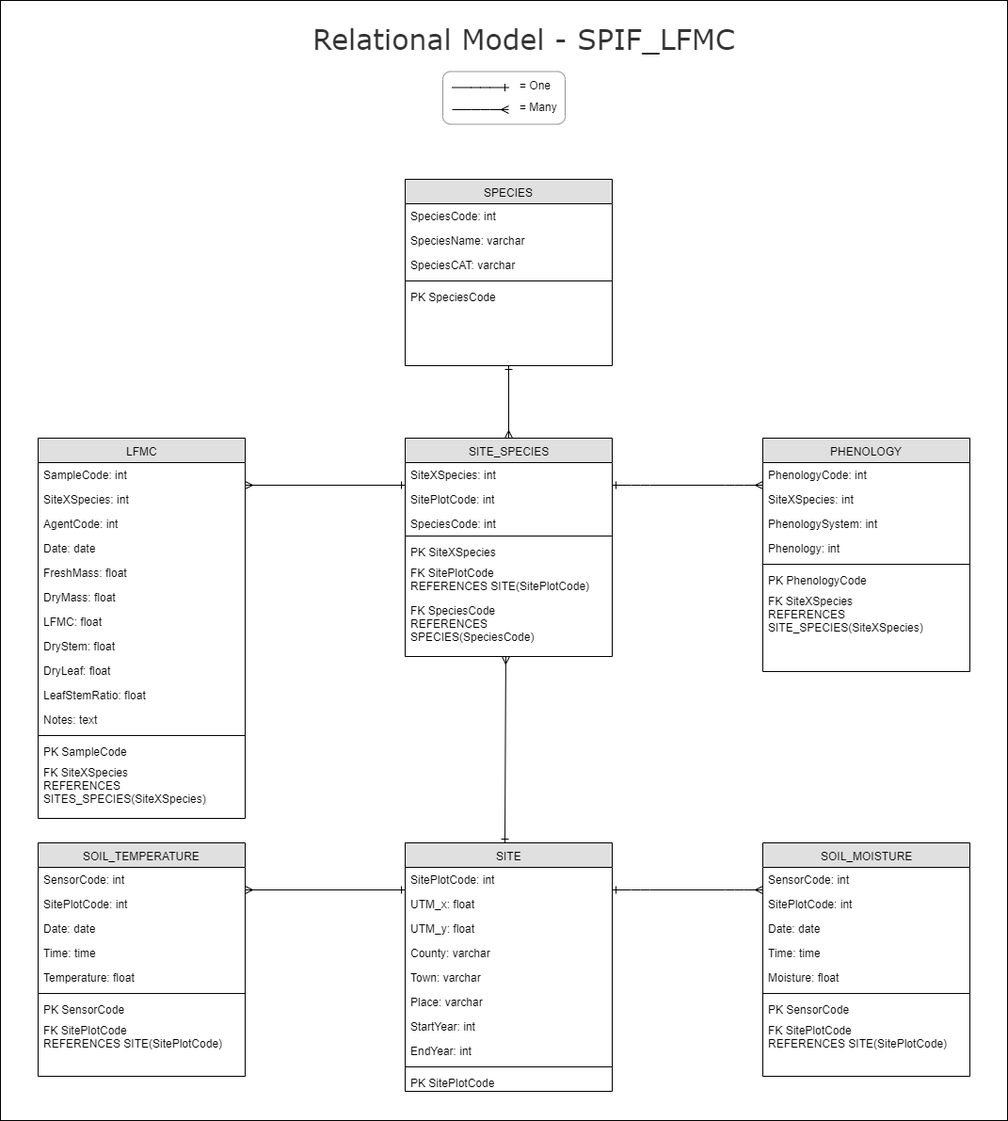
The draw.io diagram vignettes/SPIF_LogicalSchema.png in spif-ctfc/LFMC, before a commit. Source tidied: cells renumbered, new cells last; positions are measured from the earlier drawing's top-left corner, leaving out a move shared by most shapes.
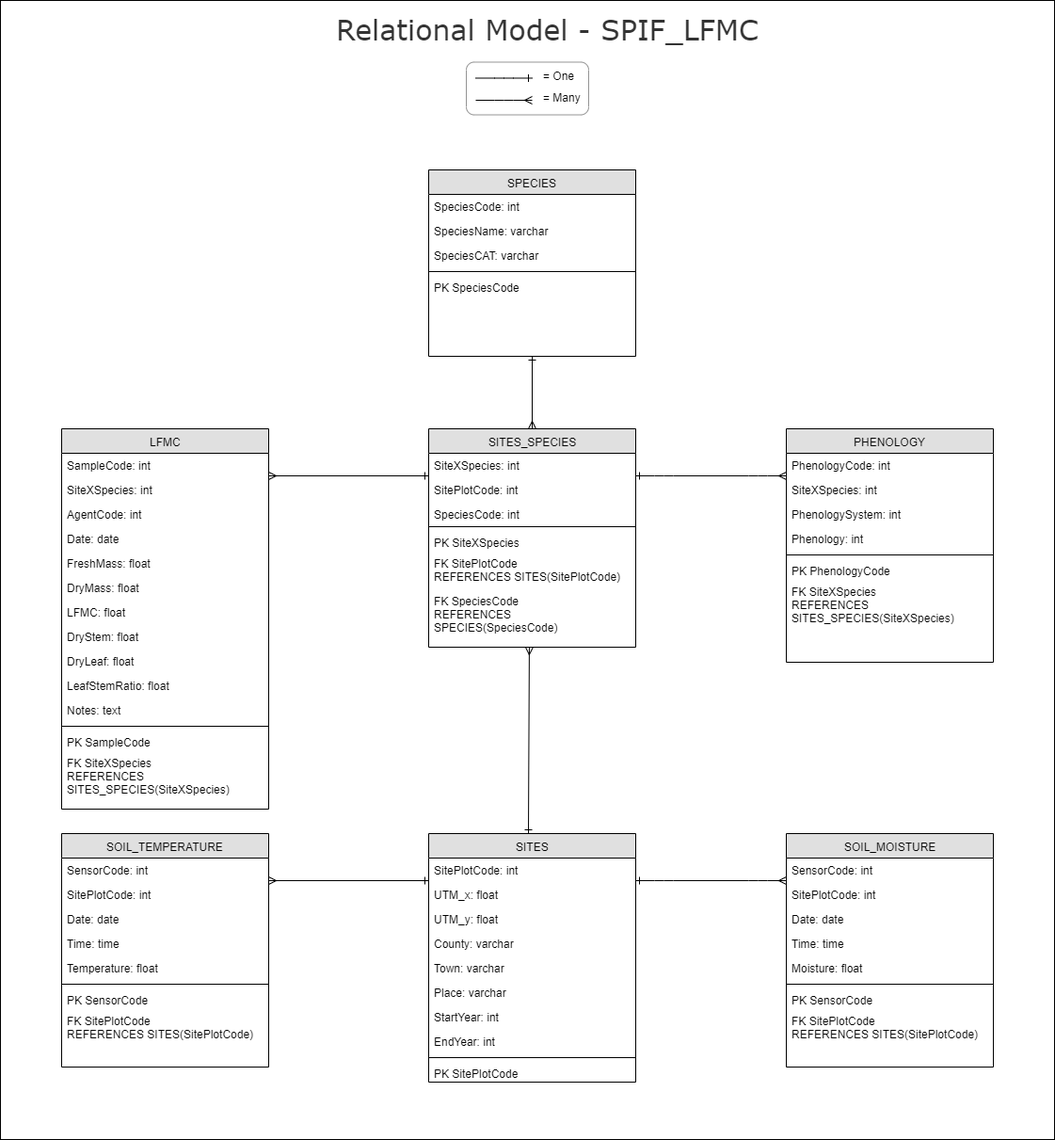
After the change.

What changed in the source:
```diff
@@ -5,7 +5,7 @@
     <mxCell id="2" value="&lt;div style=&quot;text-align: center&quot;&gt;&lt;font&gt;&lt;font style=&quot;font-size: 30px&quot; face=&quot;Verdana&quot; color=&quot;#333333&quot;&gt;Relational Model - SPIF_LFMC&lt;/font&gt;&lt;br&gt;&lt;/font&gt;&lt;/div&gt;" style="text;html=1;align=left;verticalAlign=top;spacingTop=-4;" parent="1" vertex="1">
       <mxGeometry x="330.2" y="20" width="460" height="20" as="geometry" />
     </mxCell>
-    <mxCell id="3" value="SITE" style="swimlane;html=1;fontStyle=0;horizontal=1;startSize=26;fillColor=#e0e0e0;swimlaneFillColor=#ffffff;align=center;" parent="1" vertex="1">
+    <mxCell id="3" value="SITES" style="swimlane;html=1;fontStyle=0;horizontal=1;startSize=26;fillColor=#e0e0e0;swimlaneFillColor=#ffffff;align=center;" parent="1" vertex="1">
       <mxGeometry x="430" y="895" width="220" height="264" as="geometry" />
     </mxCell>
     <mxCell id="4" value="SitePlotCode: int" style="text;html=1;strokeColor=none;fillColor=none;align=left;verticalAlign=top;spacingLeft=4;spacingRight=4;whiteSpace=wrap;overflow=hidden;" parent="3" vertex="1">
@@ -62,7 +62,7 @@
     <mxCell id="21" value="PK SensorCode" style="text;html=1;strokeColor=none;fillColor=none;spacingLeft=4;spacingRight=4;whiteSpace=wrap;overflow=hidden;" parent="14" vertex="1">
       <mxGeometry y="164" width="220" height="22" as="geometry" />
     </mxCell>
-    <mxCell id="22" value="FK SitePlotCode&lt;br&gt;REFERENCES SITE(SitePlotCode)" style="text;html=1;strokeColor=none;fillColor=none;spacingLeft=4;spacingRight=4;whiteSpace=wrap;overflow=hidden;" parent="14" vertex="1">
+    <mxCell id="22" value="FK SitePlotCode&lt;br&gt;REFERENCES SITES(SitePlotCode)" style="text;html=1;strokeColor=none;fillColor=none;spacingLeft=4;spacingRight=4;whiteSpace=wrap;overflow=hidden;" parent="14" vertex="1">
       <mxGeometry y="186" width="220" height="62" as="geometry" />
     </mxCell>
     <mxCell id="23" style="edgeStyle=entityRelationEdgeStyle;html=1;endArrow=ERmany;startArrow=ERone;startFill=0;endFill=0;" parent="1" edge="1">
@@ -101,7 +101,7 @@
     <mxCell id="32" value="PK SensorCode" style="text;html=1;strokeColor=none;fillColor=none;spacingLeft=4;spacingRight=4;whiteSpace=wrap;overflow=hidden;" parent="25" vertex="1">
       <mxGeometry y="164" width="220" height="22" as="geometry" />
     </mxCell>
-    <mxCell id="33" value="FK SitePlotCode&lt;br&gt;REFERENCES SITE(SitePlotCode)" style="text;html=1;strokeColor=none;fillColor=none;spacingLeft=4;spacingRight=4;whiteSpace=wrap;overflow=hidden;" parent="25" vertex="1">
+    <mxCell id="33" value="FK SitePlotCode&lt;br&gt;REFERENCES SITES(SitePlotCode)" style="text;html=1;strokeColor=none;fillColor=none;spacingLeft=4;spacingRight=4;whiteSpace=wrap;overflow=hidden;" parent="25" vertex="1">
       <mxGeometry y="186" width="220" height="62" as="geometry" />
     </mxCell>
     <mxCell id="34" value="SPECIES" style="swimlane;html=1;fontStyle=0;horizontal=1;startSize=26;fillColor=#e0e0e0;swimlaneFillColor=#ffffff;align=center;" parent="1" vertex="1">
@@ -122,7 +122,7 @@
     <mxCell id="39" value="PK SpeciesCode" style="text;html=1;strokeColor=none;fillColor=none;spacingLeft=4;spacingRight=4;whiteSpace=wrap;overflow=hidden;" parent="34" vertex="1">
       <mxGeometry y="112" width="220" height="22" as="geometry" />
     </mxCell>
-    <mxCell id="40" value="SITE_SPECIES" style="swimlane;html=1;fontStyle=0;horizontal=1;startSize=26;fillColor=#e0e0e0;swimlaneFillColor=#ffffff;align=center;" parent="1" vertex="1">
+    <mxCell id="40" value="SITES_SPECIES" style="swimlane;html=1;fontStyle=0;horizontal=1;startSize=26;fillColor=#e0e0e0;swimlaneFillColor=#ffffff;align=center;" parent="1" vertex="1">
       <mxGeometry x="430" y="465" width="220" height="232" as="geometry" />
     </mxCell>
     <mxCell id="41" value="SiteXSpecies: int" style="text;html=1;strokeColor=none;fillColor=none;align=left;verticalAlign=top;spacingLeft=4;spacingRight=4;whiteSpace=wrap;overflow=hidden;" parent="40" vertex="1">
@@ -140,7 +140,7 @@
     <mxCell id="45" value="PK SiteXSpecies" style="text;html=1;strokeColor=none;fillColor=none;spacingLeft=4;spacingRight=4;whiteSpace=wrap;overflow=hidden;" parent="40" vertex="1">
       <mxGeometry y="108" width="220" height="22" as="geometry" />
     </mxCell>
-    <mxCell id="46" value="FK SitePlotCode&lt;br&gt;REFERENCES SITE(SitePlotCode)" style="text;html=1;strokeColor=none;fillColor=none;spacingLeft=4;spacingRight=4;whiteSpace=wrap;overflow=hidden;" parent="40" vertex="1">
+    <mxCell id="46" value="FK SitePlotCode&lt;br&gt;REFERENCES SITES(SitePlotCode)" style="text;html=1;strokeColor=none;fillColor=none;spacingLeft=4;spacingRight=4;whiteSpace=wrap;overflow=hidden;" parent="40" vertex="1">
       <mxGeometry y="130" width="220" height="40" as="geometry" />
     </mxCell>
     <mxCell id="47" value="FK SpeciesCode&lt;br&gt;REFERENCES SPECIES(SpeciesCode)" style="text;html=1;strokeColor=none;fillColor=none;spacingLeft=4;spacingRight=4;whiteSpace=wrap;overflow=hidden;points=[[0,0.5],[1,0.5]];portConstraint=eastwest;" parent="40" vertex="1">
@@ -177,7 +177,7 @@
     <mxCell id="56" value="PK PhenologyCode" style="text;html=1;strokeColor=none;fillColor=none;spacingLeft=4;spacingRight=4;whiteSpace=wrap;overflow=hidden;" parent="50" vertex="1">
       <mxGeometry y="138" width="220" height="22" as="geometry" />
     </mxCell>
-    <mxCell id="57" value="FK SiteXSpecies&lt;br&gt;REFERENCES SITE_SPECIES(SiteXSpecies)" style="text;html=1;strokeColor=none;fillColor=none;spacingLeft=4;spacingRight=4;whiteSpace=wrap;overflow=hidden;" parent="50" vertex="1">
+    <mxCell id="57" value="FK SiteXSpecies&lt;br&gt;REFERENCES SITES_SPECIES(SiteXSpecies)" style="text;html=1;strokeColor=none;fillColor=none;spacingLeft=4;spacingRight=4;whiteSpace=wrap;overflow=hidden;" parent="50" vertex="1">
       <mxGeometry y="160" width="220" height="62" as="geometry" />
     </mxCell>
     <mxCell id="58" style="edgeStyle=entityRelationEdgeStyle;html=1;endArrow=ERmany;startArrow=ERone;startFill=0;endFill=0;" parent="1" edge="1">
@@ -259,7 +259,7 @@
       <mxGeometry x="470" y="75.5" width="130" height="56" as="geometry" />
     </mxCell>
     <mxCell id="80" style="rounded=0;whiteSpace=wrap;html=1;fillColor=none;" parent="1" vertex="1">
-      <mxGeometry width="1070" height="1190" as="geometry" />
+      <mxGeometry x="-25" y="10" width="1120" height="1210" as="geometry" />
     </mxCell>
   </root>
 </mxGraphModel>
```
